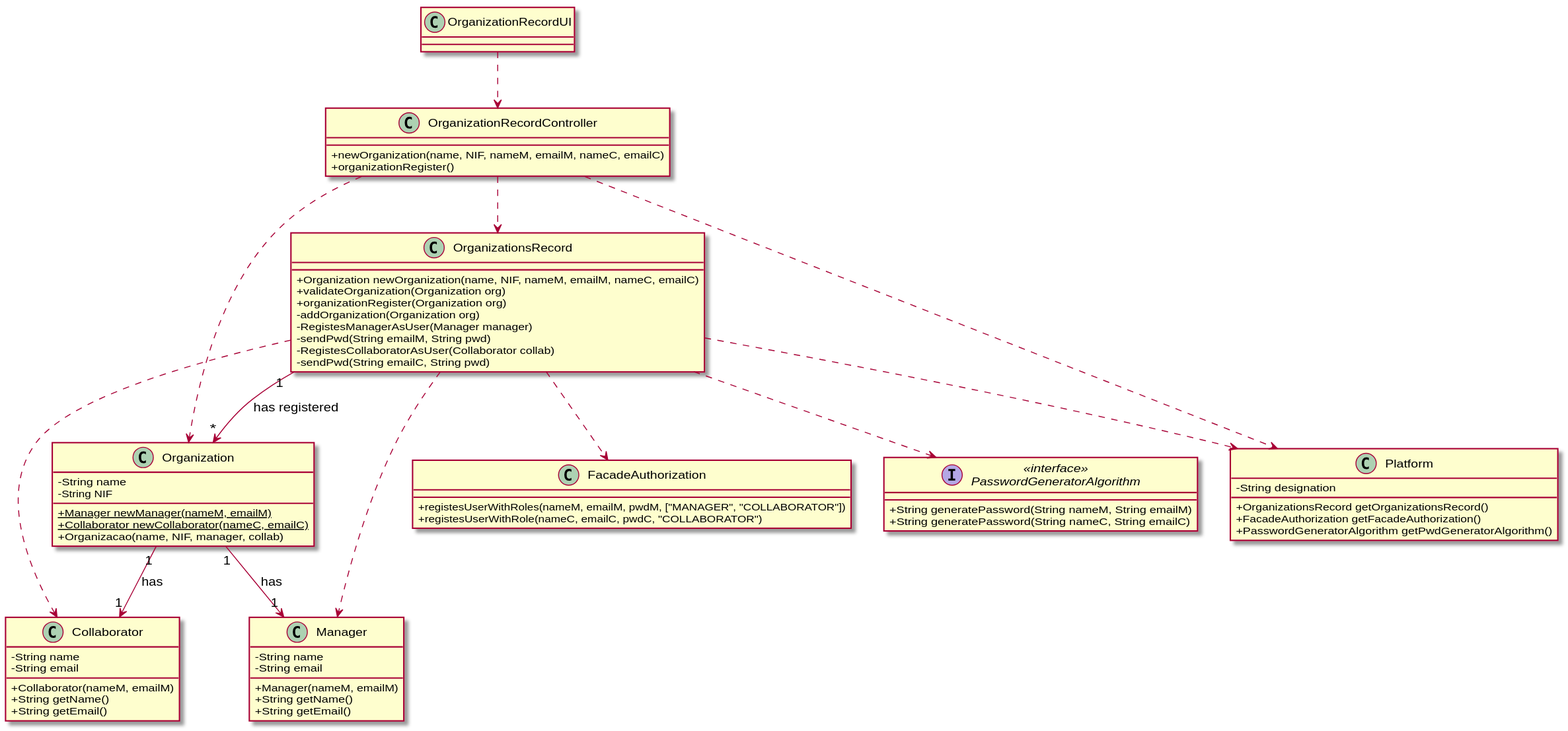
pedrolemos4/LAPR2 keeps this PlantUML diagram as docs/UC7 - Add New Organization/UC7_CD.svg. Above is the earlier version.
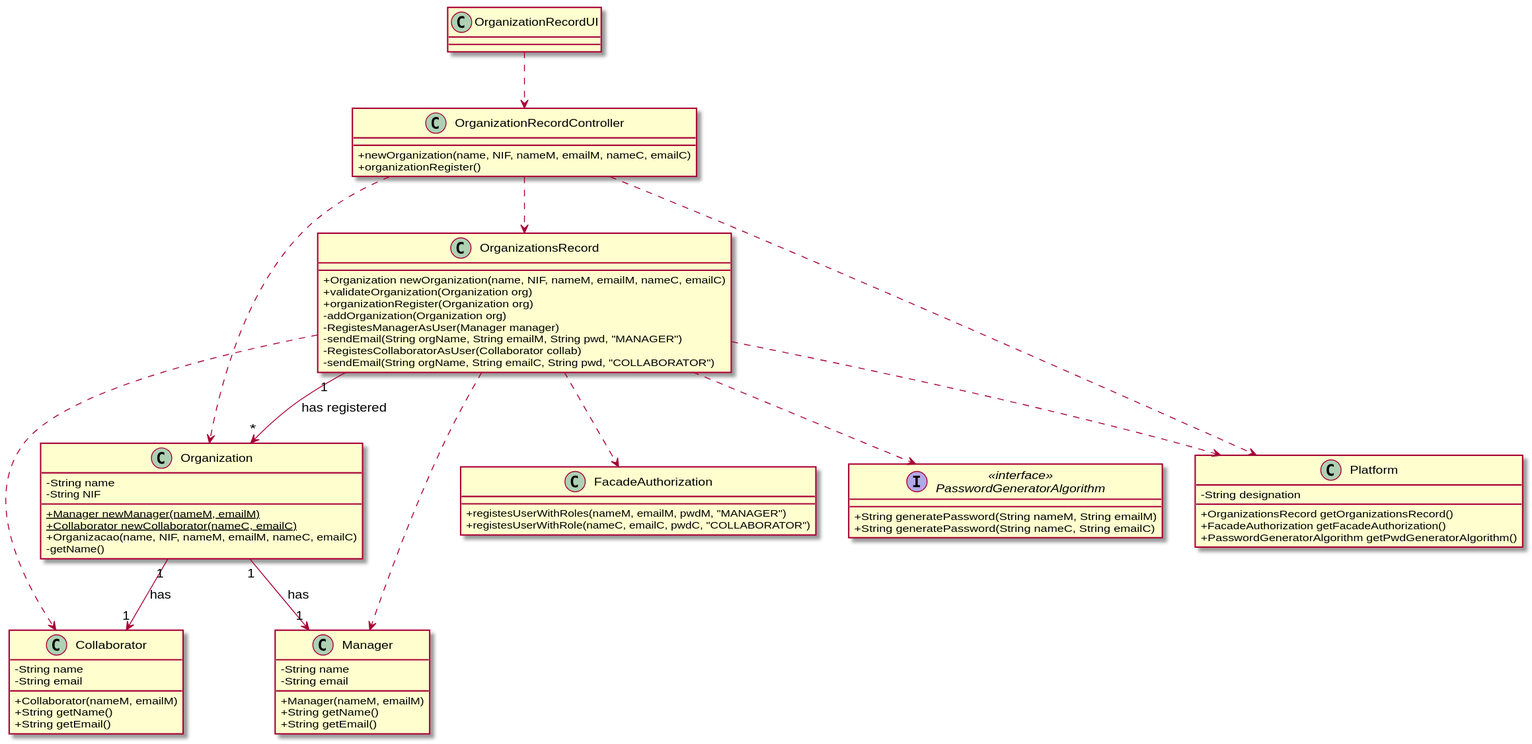
Later version of the same file.

Change to the diagram source:
```diff
@@ -22,7 +22,8 @@
   -String NIF
   +{static} Manager newManager(nameM, emailM)
   +{static} Collaborator newCollaborator(nameC, emailC)
-  +Organizacao(name, NIF, manager, collab)
+  +Organizacao(name, NIF, nameM, emailM, nameC, emailC)
+  -getName()
 }
 
 class Platform {
@@ -38,13 +39,13 @@
   +organizationRegister(Organization org)
   -addOrganization(Organization org)
   -RegistesManagerAsUser(Manager manager)
-  -sendPwd(String emailM, String pwd)
+  -sendEmail(String orgName, String emailM, String pwd, "MANAGER")
   -RegistesCollaboratorAsUser(Collaborator collab)
-  -sendPwd(String emailC, String pwd)
+  -sendEmail(String orgName, String emailC, String pwd, "COLLABORATOR")
 }
 
 class FacadeAuthorization {
-  +registesUserWithRoles(nameM, emailM, pwdM, ["MANAGER", "COLLABORATOR"])
+  +registesUserWithRoles(nameM, emailM, pwdM, "MANAGER")
   +registesUserWithRole(nameC, emailC, pwdC, "COLLABORATOR")
 }
 
```
